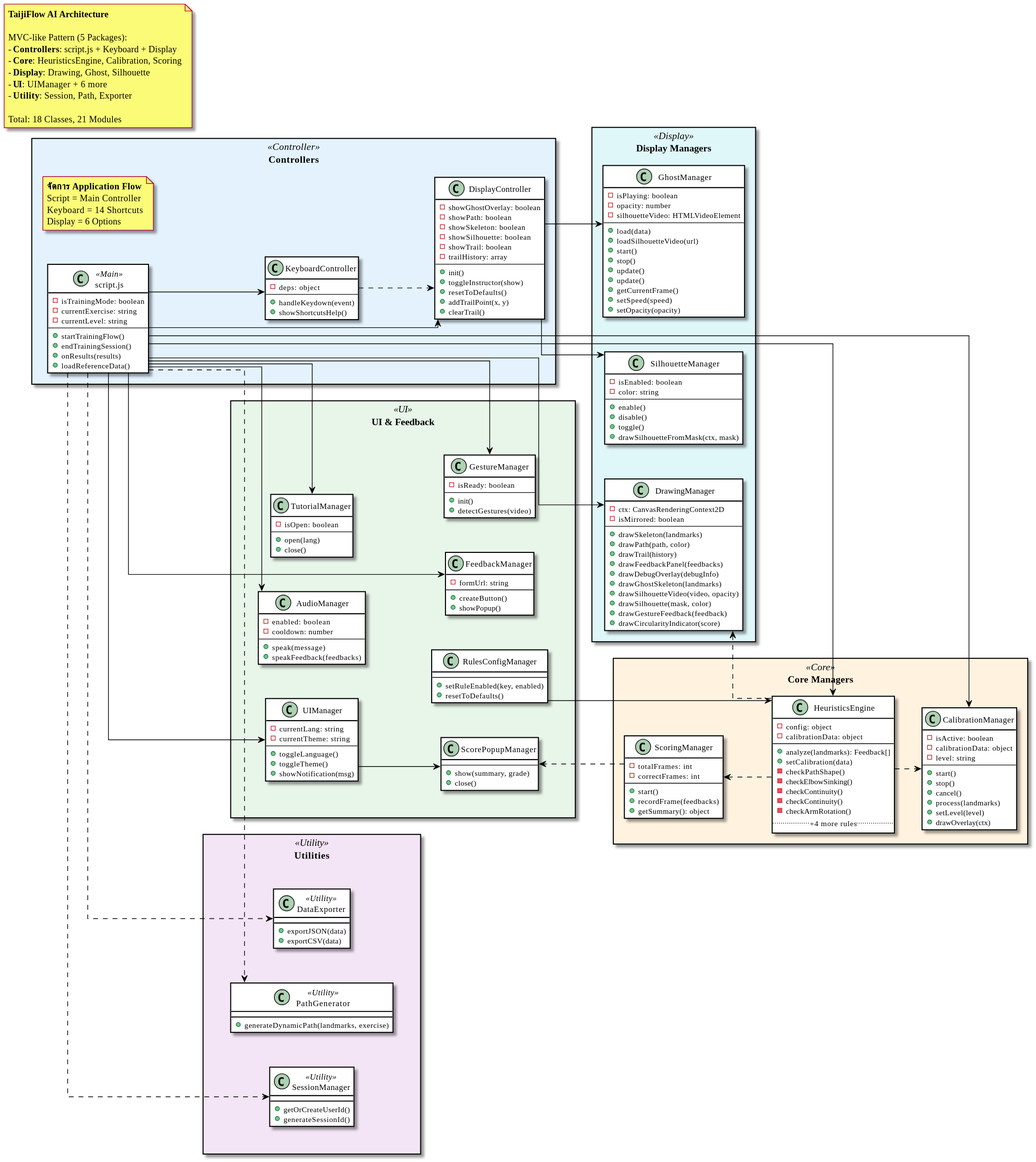
Above: out/docs/diagrams/ClassDiagram/TaijiFlow_Class_Diagram.svg in vyut/TaijiFlow (PlantUML), before the change.
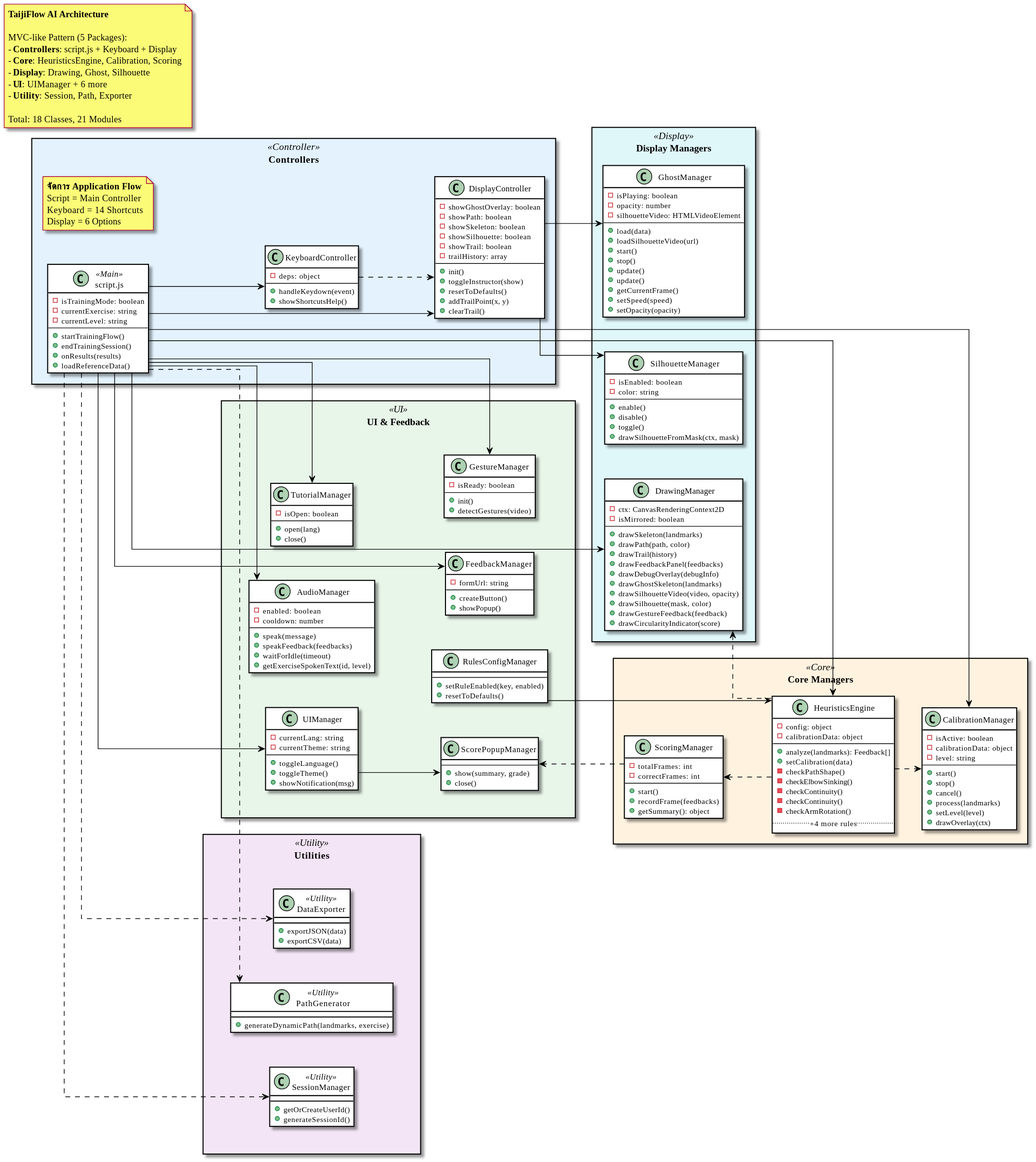
The same diagram one commit later.

Diff of the diagram source:
```diff
@@ -169,6 +169,8 @@
             --
             + speak(message)
             + speakFeedback(feedbacks)
+            + waitForIdle(timeout)
+            + getExerciseSpokenText(id, level)
         }
 
         class TutorialManager {
```
